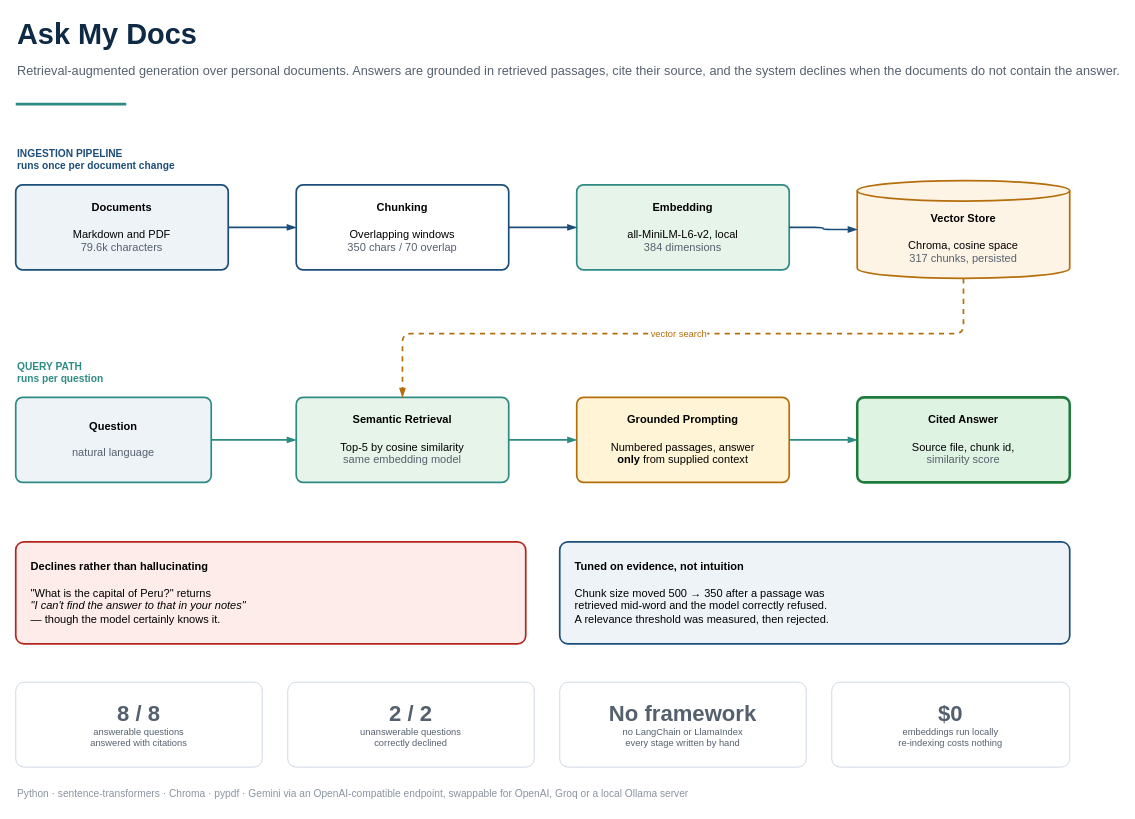
Iddrisusalima/ask-my-docs keeps this draw.io diagram as docs/architecture-overview.drawio. Above is the earlier version. Source tidied: cells renumbered, new cells numbered last; positions are measured from the earlier drawing's top-left corner, leaving out a move shared by most shapes. Both pictures are drawn from the tidied source at 85%, with x=0, y=0 at pixel (15, 14).
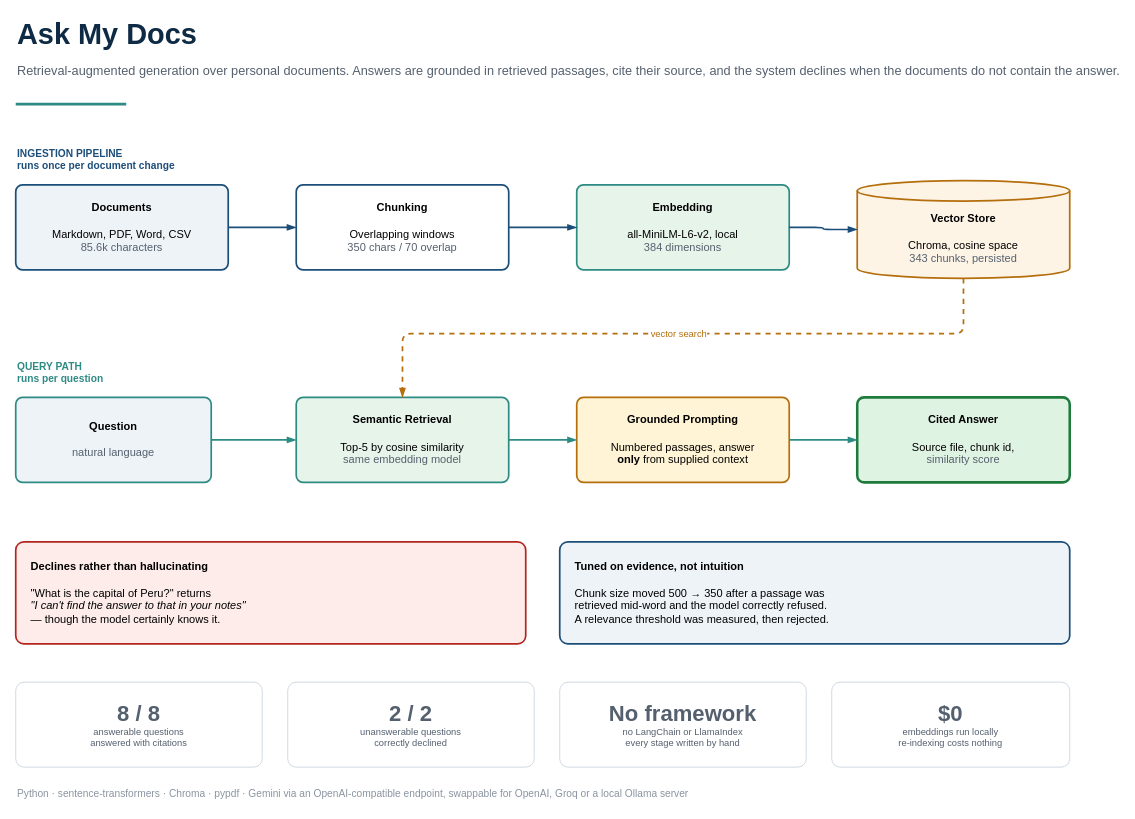
Above is the later version.

Commit message (it also covers changes not shown here):
docs(diagrams): Update both architecture diagrams for the new formats

The loader box still read '.md .txt .pdf' and the dataset box still said five markdown files at 79,581 characters and 317 chunks. Now: all five extensions with the per-file / per-page / per-row split, the merge noted on the chunker, and 9 files across 4 formats at 85,567 characters and 343 chunks.

docs/screenshots/architecture-overview.png still needs re-exporting from the updated source - draw.io is not installed locally, so it cannot be regenerated here.

What changed in the source:
```diff
@@
-    <mxCell id="6" value="&lt;b&gt;Documents&lt;/b&gt;&#10;&#10;Markdown and PDF&#10;&lt;font color=&quot;#55606E&quot;&gt;79.6k characters&lt;/font&gt;" style="rounded=1;arcSize=8;whiteSpace=wrap;html=1;fillColor=#EEF3F8;strokeColor=#1C4E7A;strokeWidth=2;fontSize=13;verticalAlign=middle;" parent="1" vertex="1">
+    <mxCell id="6" value="&lt;b&gt;Documents&lt;/b&gt;&#10;&#10;Markdown, PDF, Word, CSV&#10;&lt;font color=&quot;#55606E&quot;&gt;85.6k characters&lt;/font&gt;" style="rounded=1;arcSize=8;whiteSpace=wrap;html=1;fillColor=#EEF3F8;strokeColor=#1C4E7A;strokeWidth=2;fontSize=13;verticalAlign=middle;" parent="1" vertex="1">
       <mxGeometry y="200" width="250" height="100" as="geometry" />
     </mxCell>
@@
-    <mxCell id="9" value="&lt;b&gt;Vector Store&lt;/b&gt;&#10;&#10;Chroma, cosine space&#10;&lt;font color=&quot;#55606E&quot;&gt;317 chunks, persisted&lt;/font&gt;" style="shape=cylinder3;boundedLbl=1;backgroundOutline=1;size=12;whiteSpace=wrap;html=1;fillColor=#FDF4E6;strokeColor=#B56E0C;strokeWidth=2;fontSize=13;verticalAlign=middle;" parent="1" vertex="1">
+    <mxCell id="9" value="&lt;b&gt;Vector Store&lt;/b&gt;&#10;&#10;Chroma, cosine space&#10;&lt;font color=&quot;#55606E&quot;&gt;343 chunks, persisted&lt;/font&gt;" style="shape=cylinder3;boundedLbl=1;backgroundOutline=1;size=12;whiteSpace=wrap;html=1;fillColor=#FDF4E6;strokeColor=#B56E0C;strokeWidth=2;fontSize=13;verticalAlign=middle;" parent="1" vertex="1">
       <mxGeometry x="990" y="195" width="250" height="115" as="geometry" />
     </mxCell>
```
